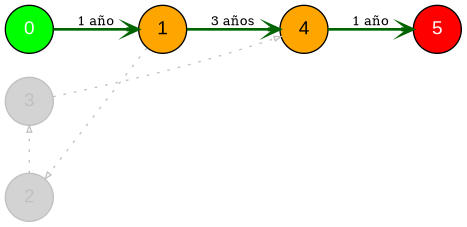
emily2304/Proyecto3-IO keeps this Graphviz diagram as Proyecto3/ReportsEquipment/REporteRe1_plan_2.png. Above is the earlier version. Its source is kept beside it as Proyecto3/ReportsEquipment/REporteRe1_plan_2.dot.
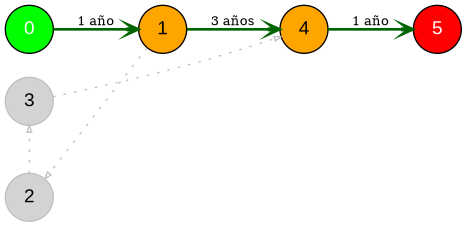
The same diagram one commit later.

What changed in the source:
```diff
@@ -5,8 +5,8 @@
 
     "0" [fillcolor=green, fontcolor=white];
     "1" [fillcolor=orange];
-    "2" [fillcolor=lightgray, color=gray, fontcolor=gray];
-    "3" [fillcolor=lightgray, color=gray, fontcolor=gray];
+    "2" [fillcolor=lightgray, color=gray, fontcolor=black];
+    "3" [fillcolor=lightgray, color=gray, fontcolor=black];
     "4" [fillcolor=orange];
     "5" [fillcolor=red, fontcolor=white];
 
```
